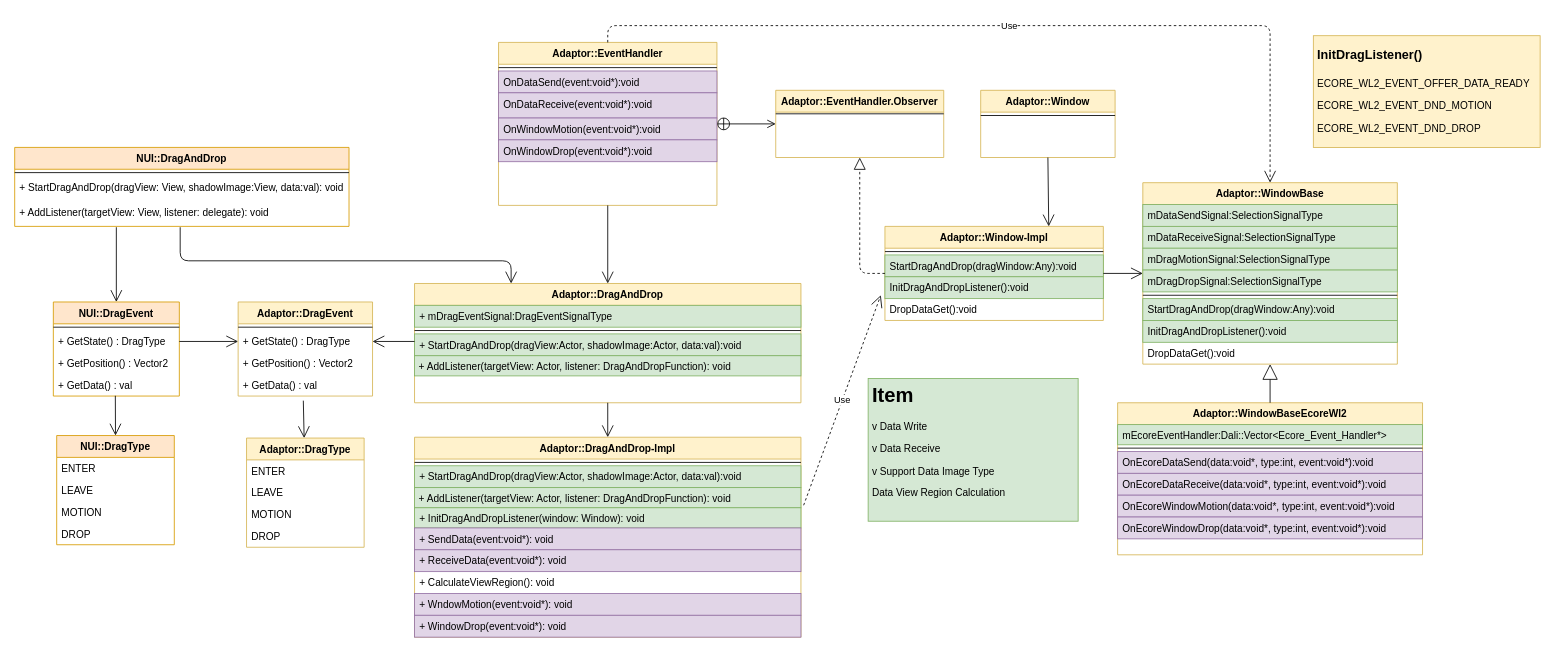
Before: page "Page-4" (4 of 10) of Untitled Diagram.drawio in taehyub/drawio, a draw.io diagram. Source tidied: cells renumbered, new cells numbered last; positions are measured from the earlier drawing's top-left corner, leaving out a move shared by most shapes. Both pictures are drawn from the tidied source at 84%, with x=0, y=0 at pixel (14, 25).
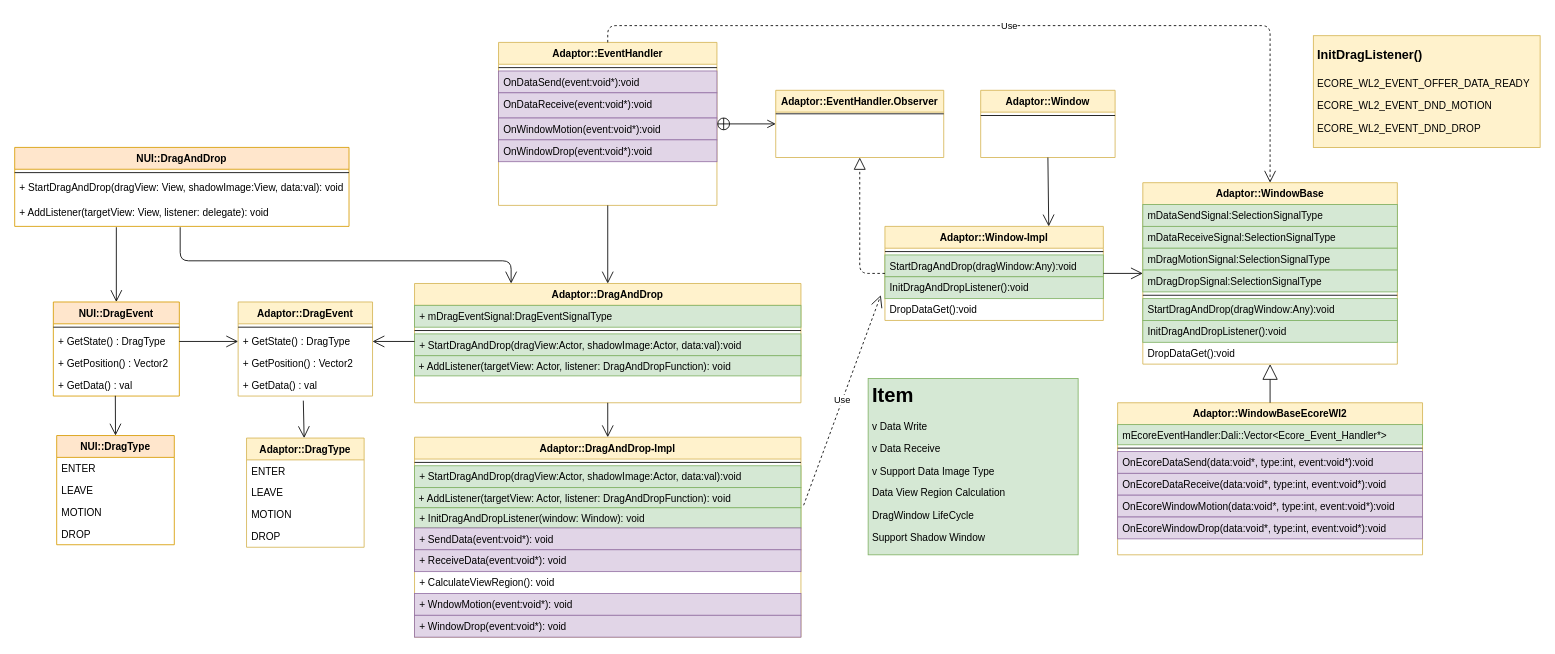
The same page after the edit.

Change to the diagram source:
```diff
@@
-    <mxCell id="88" value="&lt;h1&gt;Item&lt;br&gt;&lt;/h1&gt;&lt;p&gt;v Data Write&lt;/p&gt;&lt;p&gt;v Data Receive&lt;/p&gt;&lt;p&gt;v Support Data Image Type&lt;br&gt;&lt;/p&gt;&lt;p&gt;Data View Region Calculation&lt;br&gt;&lt;/p&gt;" style="text;html=1;strokeColor=#82b366;fillColor=#d5e8d4;spacing=5;spacingTop=-20;whiteSpace=wrap;overflow=hidden;rounded=0;" parent="1" vertex="1">
-      <mxGeometry x="1016" y="420" width="250" height="170" as="geometry" />
+    <mxCell id="88" value="&lt;h1&gt;Item&lt;br&gt;&lt;/h1&gt;&lt;p&gt;v Data Write&lt;/p&gt;&lt;p&gt;v Data Receive&lt;/p&gt;&lt;p&gt;v Support Data Image Type&lt;br&gt;&lt;/p&gt;&lt;p&gt;Data View Region Calculation&lt;/p&gt;&lt;p&gt;DragWindow LifeCycle&lt;br&gt;&lt;/p&gt;&lt;p&gt;Support Shadow Window&lt;br&gt;&lt;/p&gt;&lt;p&gt;&lt;br&gt;&lt;/p&gt;" style="text;html=1;strokeColor=#82b366;fillColor=#d5e8d4;spacing=5;spacingTop=-20;whiteSpace=wrap;overflow=hidden;rounded=0;" parent="1" vertex="1">
+      <mxGeometry x="1016" y="420" width="250" height="210" as="geometry" />
     </mxCell>
```
